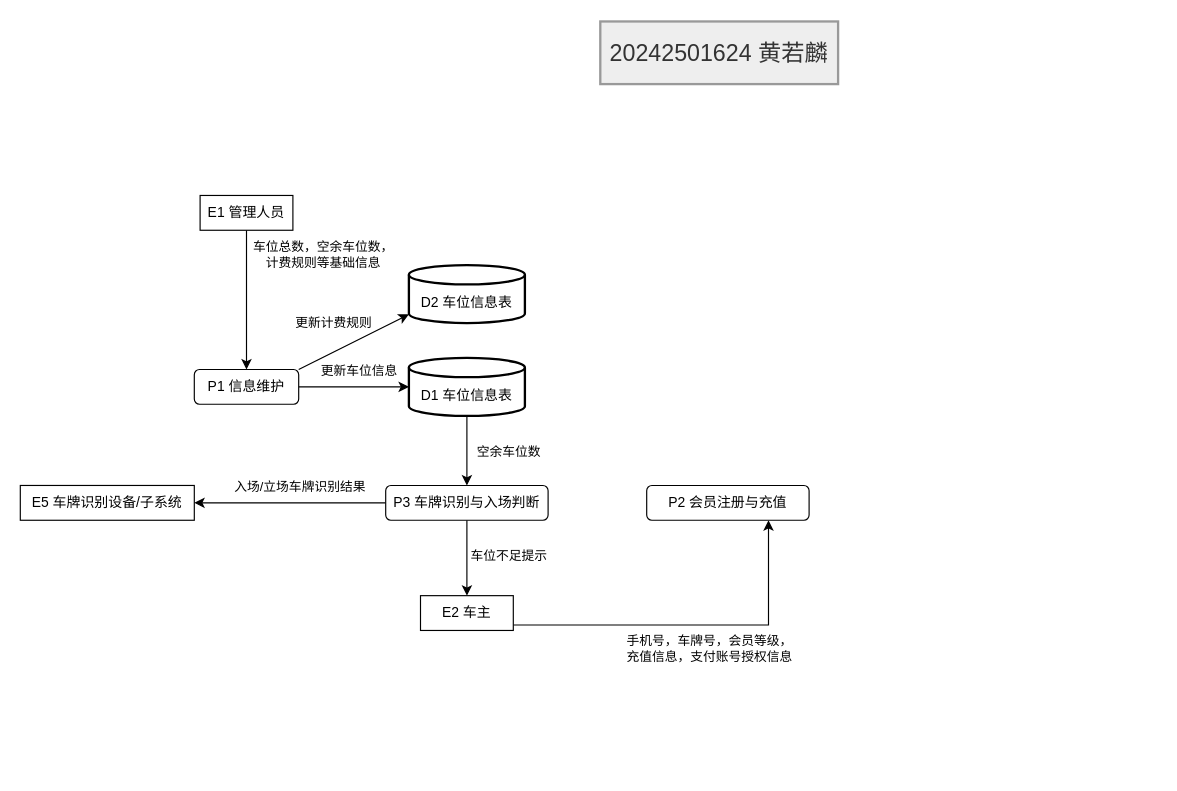
This is 三四章52 .drawio from Jackrainman/draw.io, a draw.io file, before an edit. Source tidied: cells renumbered, new cells numbered last; positions are measured from the earlier drawing's top-left corner, leaving out a move shared by most shapes. Both pictures are drawn from the tidied source at 116%, with x=0, y=0 at pixel (20, 21).
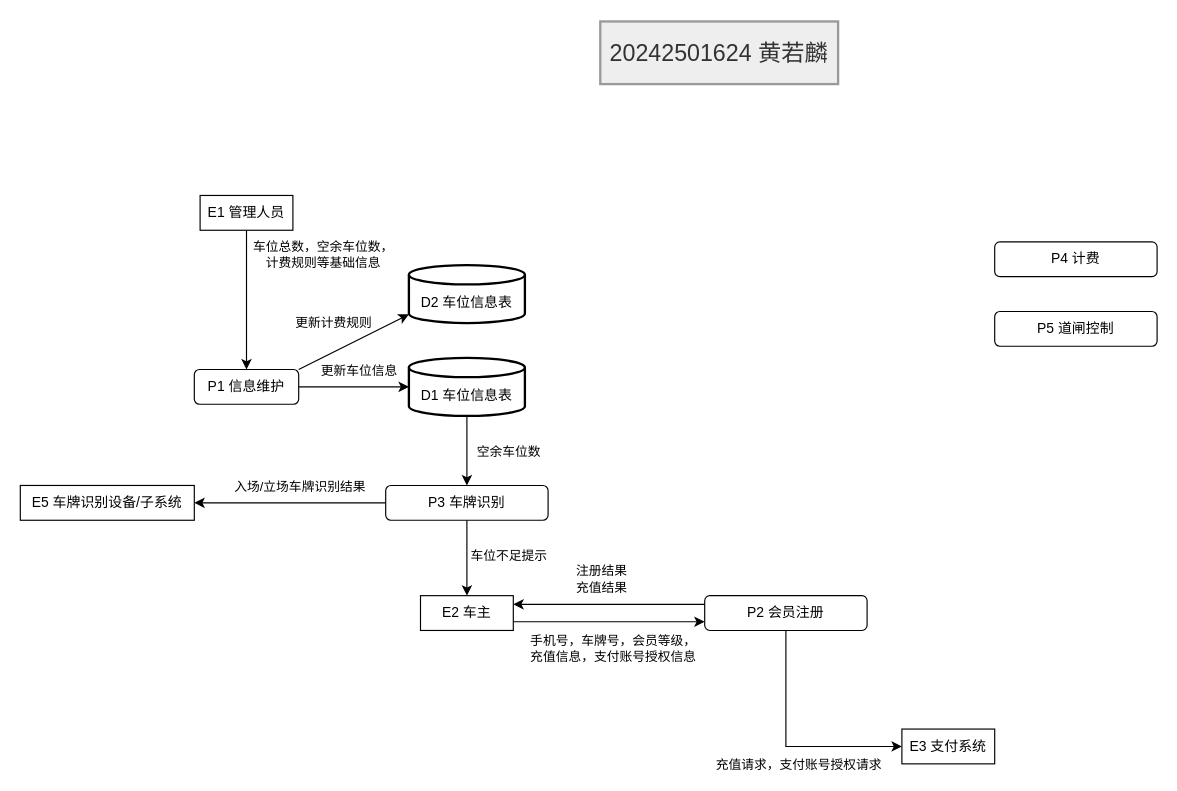
Above is the later version.

Commit message (it also covers changes not shown here):
更新三四章52 .drawio

Unchanged cells that the change refers to:
```xml
<mxCell id="23" value="E2 车主" style="whiteSpace=wrap;html=1;" parent="1" vertex="1">
  <mxGeometry x="345" y="495" width="80" height="30" as="geometry" />
</mxCell>
```

Change to the diagram source:
```diff
@@
-    <mxCell id="19" value="P3 车牌识别与入场判断" style="rounded=1;whiteSpace=wrap;html=1;" parent="1" vertex="1">
+    <mxCell id="19" value="P3 车牌识别" style="rounded=1;whiteSpace=wrap;html=1;" parent="1" vertex="1">
       <mxGeometry x="315" y="400" width="140" height="30" as="geometry" />
     </mxCell>
@@
-    <mxCell id="21" style="edgeStyle=orthogonalEdgeStyle;rounded=0;jettySize=auto;html=1;exitX=0.999;exitY=0.844;exitDx=0;exitDy=0;exitPerimeter=0;entryX=0.75;entryY=1;entryDx=0;entryDy=0;" parent="1" edge="1" source="23" target="24">
-      <mxGeometry relative="1" as="geometry">
-        <Array as="points">
-          <mxPoint x="645" y="520" />
-        </Array>
-      </mxGeometry>
+    <mxCell id="21" style="edgeStyle=orthogonalEdgeStyle;rounded=0;jettySize=auto;html=1;exitX=1;exitY=0.75;exitDx=0;exitDy=0;entryX=0;entryY=0.75;entryDx=0;entryDy=0;" parent="1" edge="1" source="23" target="24">
+      <mxGeometry relative="1" as="geometry" />
     </mxCell>
     <mxCell id="22" value="手机号，车牌号，会员等级，&lt;div&gt;充值信息，支付账号授权信息&lt;/div&gt;" style="edgeLabel;html=1;align=center;verticalAlign=middle;" parent="21" vertex="1">
-      <mxGeometry x="0.03" relative="1" as="geometry">
-        <mxPoint x="9" y="20" as="offset" />
+      <mxGeometry x="0.19" relative="1" as="geometry">
+        <mxPoint x="-13" y="23" as="offset" />
       </mxGeometry>
     </mxCell>
@@
+    <mxCell id="25" style="edgeStyle=orthogonalEdgeStyle;rounded=0;jettySize=auto;html=1;exitX=0;exitY=0.25;exitDx=0;exitDy=0;entryX=1;entryY=0.25;entryDx=0;entryDy=0;" parent="1" edge="1" source="24" target="23">
+      <mxGeometry relative="1" as="geometry" />
+    </mxCell>
+    <mxCell id="26" value="注册结果&lt;div&gt;充值结果&lt;/div&gt;" style="edgeLabel;html=1;align=center;verticalAlign=middle;" parent="25" vertex="1">
+      <mxGeometry x="-0.76" y="-2" relative="1" as="geometry">
+        <mxPoint x="-70" y="-20" as="offset" />
+      </mxGeometry>
+    </mxCell>
+    <mxCell id="27" style="edgeStyle=orthogonalEdgeStyle;rounded=0;jettySize=auto;html=1;exitX=0.5;exitY=1;exitDx=0;exitDy=0;entryX=0;entryY=0.5;entryDx=0;entryDy=0;" parent="1" edge="1" source="24" target="29">
+      <mxGeometry relative="1" as="geometry" />
+    </mxCell>
+    <mxCell id="28" value="充值请求，支付账号授权请求" style="edgeLabel;html=1;align=center;verticalAlign=middle;" parent="27" vertex="1">
+      <mxGeometry x="-0.3" y="1" relative="1" as="geometry">
+        <mxPoint x="9" y="45" as="offset" />
+      </mxGeometry>
+    </mxCell>
-    <mxCell id="24" value="P2 会员注册与充值" style="rounded=1;whiteSpace=wrap;html=1;" parent="1" vertex="1">
-      <mxGeometry x="540" y="400" width="140" height="30" as="geometry" />
+    <mxCell id="24" value="P2 会员注册" style="rounded=1;whiteSpace=wrap;html=1;" parent="1" vertex="1">
+      <mxGeometry x="590" y="495" width="140" height="30" as="geometry" />
     </mxCell>
+    <mxCell id="29" value="E3 支付系统" style="whiteSpace=wrap;html=1;" parent="1" vertex="1">
+      <mxGeometry x="760" y="610" width="80" height="30" as="geometry" />
+    </mxCell>
+    <mxCell id="30" value="P4 计费" style="rounded=1;whiteSpace=wrap;html=1;" parent="1" vertex="1">
+      <mxGeometry x="840" y="190" width="140" height="30" as="geometry" />
+    </mxCell>
+    <mxCell id="31" value="P5 道闸控制" style="rounded=1;whiteSpace=wrap;html=1;" parent="1" vertex="1">
+      <mxGeometry x="840" y="250" width="140" height="30" as="geometry" />
+    </mxCell>
```
